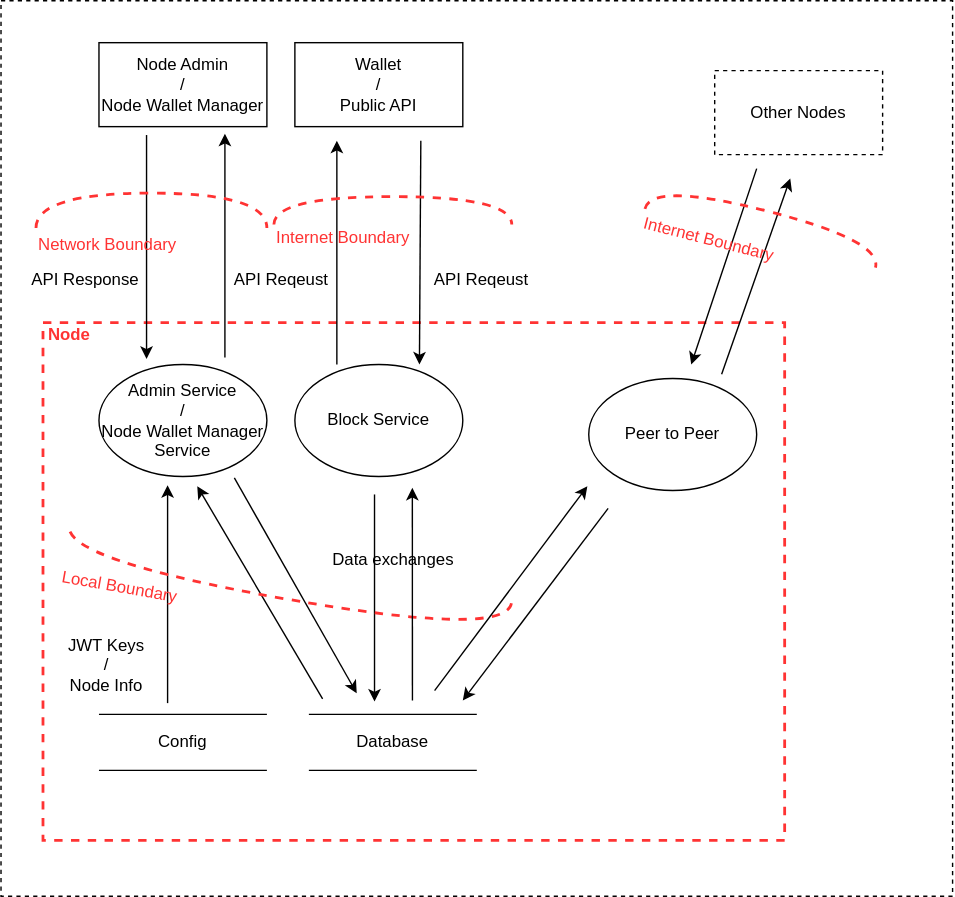
Before: docs/threat.drawio.svg, a diagram exported from draw.io (pognetwork/champ). Source tidied: cells renumbered, new cells last; positions are measured from the earlier drawing's top-left corner, leaving out a move shared by most shapes.
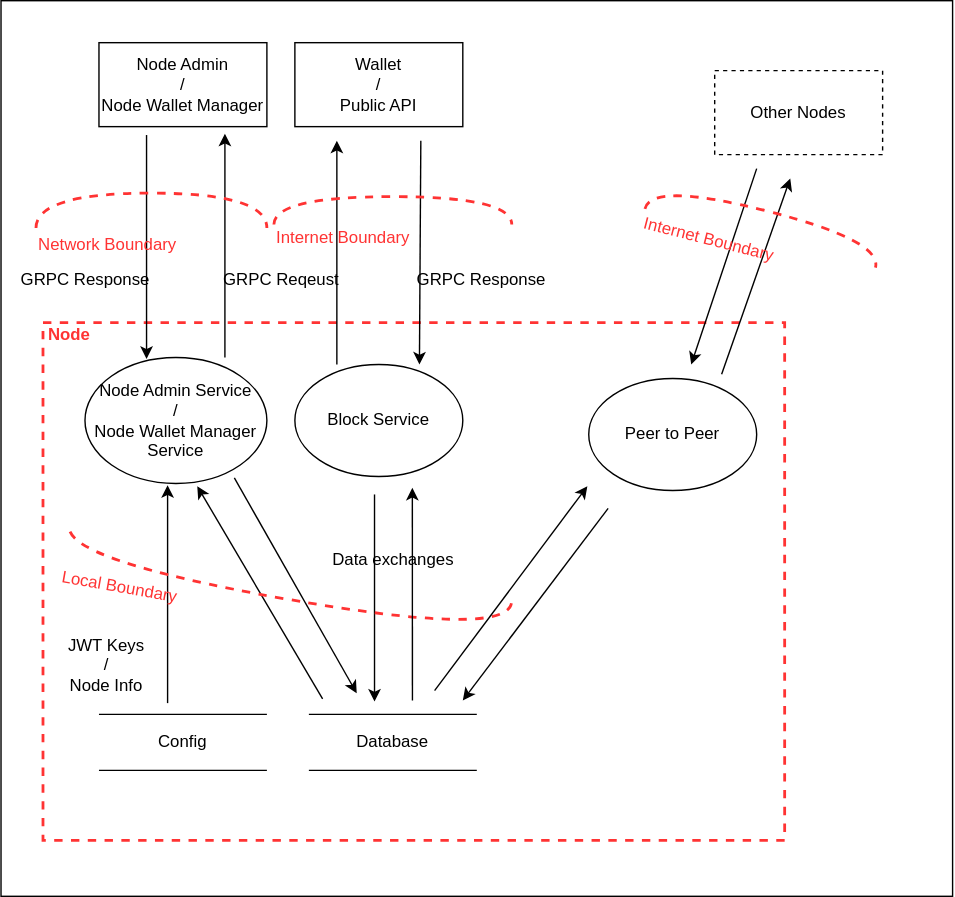
After the change.

Diff of the diagram source:
```diff
@@ -2,7 +2,7 @@
   <root>
     <mxCell id="0" />
     <mxCell id="1" parent="0" />
-    <mxCell id="2" style="rounded=0;whiteSpace=wrap;html=1;dashed=1;" parent="1" vertex="1">
+    <mxCell id="2" style="rounded=0;whiteSpace=wrap;html=1;" parent="1" vertex="1">
       <mxGeometry width="680" height="640" as="geometry" />
     </mxCell>
     <mxCell id="3" value="Node" style="html=1;fontColor=#FF3333;fontStyle=1;align=left;verticalAlign=top;spacing=0;labelBorderColor=none;fillColor=none;dashed=1;strokeWidth=2;strokeColor=#FF3333;spacingLeft=4;spacingTop=-3;" parent="1" vertex="1">
@@ -14,8 +14,8 @@
     <mxCell id="5" value="Block Service" style="ellipse;whiteSpace=wrap;html=1;" parent="1" vertex="1">
       <mxGeometry x="210" y="260" width="120" height="80" as="geometry" />
     </mxCell>
-    <mxCell id="6" value="Admin Service&lt;br&gt;/&lt;br&gt;Node Wallet Manager Service" style="ellipse;whiteSpace=wrap;html=1;" parent="1" vertex="1">
-      <mxGeometry x="70" y="260" width="120" height="80" as="geometry" />
+    <mxCell id="6" value="Node Admin Service&lt;br&gt;/&lt;br&gt;Node Wallet Manager Service" style="ellipse;whiteSpace=wrap;html=1;" parent="1" vertex="1">
+      <mxGeometry x="60" y="255" width="130" height="90" as="geometry" />
     </mxCell>
     <mxCell id="7" value="Node Admin&lt;br&gt;/&lt;br&gt;Node Wallet Manager" style="rounded=0;whiteSpace=wrap;html=1;" parent="1" vertex="1">
       <mxGeometry x="70" y="30" width="120" height="60" as="geometry" />
@@ -32,11 +32,11 @@
         <mxPoint x="299" y="260" as="targetPoint" />
       </mxGeometry>
     </mxCell>
-    <mxCell id="10" value="API Response" style="text;html=1;align=center;verticalAlign=middle;strokeColor=none;" parent="1" vertex="1">
-      <mxGeometry x="15" y="190" width="90" height="20" as="geometry" />
+    <mxCell id="10" value="GRPC Response" style="text;html=1;align=center;verticalAlign=middle;strokeColor=none;" parent="1" vertex="1">
+      <mxGeometry x="5" y="190" width="110" height="20" as="geometry" />
     </mxCell>
-    <mxCell id="11" value="API Reqeust&lt;br&gt;" style="text;html=1;align=center;verticalAlign=middle;strokeColor=none;" parent="1" vertex="1">
-      <mxGeometry x="160" y="190" width="80" height="20" as="geometry" />
+    <mxCell id="11" value="GRPC Reqeust" style="text;html=1;align=center;verticalAlign=middle;strokeColor=none;" parent="1" vertex="1">
+      <mxGeometry x="150" y="190" width="100" height="20" as="geometry" />
     </mxCell>
     <mxCell id="12" style="endArrow=classic;html=1;fontColor=#FF3333;" parent="1" edge="1">
       <mxGeometry relative="1" as="geometry">
@@ -50,8 +50,8 @@
         <mxPoint x="104" y="256" as="targetPoint" />
       </mxGeometry>
     </mxCell>
-    <mxCell id="14" value="API Reqeust&lt;br&gt;" style="text;html=1;align=center;verticalAlign=middle;strokeColor=none;" parent="1" vertex="1">
-      <mxGeometry x="302.5" y="190" width="80" height="20" as="geometry" />
+    <mxCell id="14" value="GRPC Response" style="text;html=1;align=center;verticalAlign=middle;strokeColor=none;" parent="1" vertex="1">
+      <mxGeometry x="287.5" y="190" width="110" height="20" as="geometry" />
     </mxCell>
     <mxCell id="15" value="Network Boundary" style="shape=requiredInterface;html=1;verticalLabelPosition=bottom;dashed=1;strokeColor=#FF3333;strokeWidth=2;fillColor=none;fontColor=#FF3333;align=left;direction=north;" parent="1" vertex="1">
       <mxGeometry x="25" y="137.5" width="165" height="25" as="geometry" />
```
